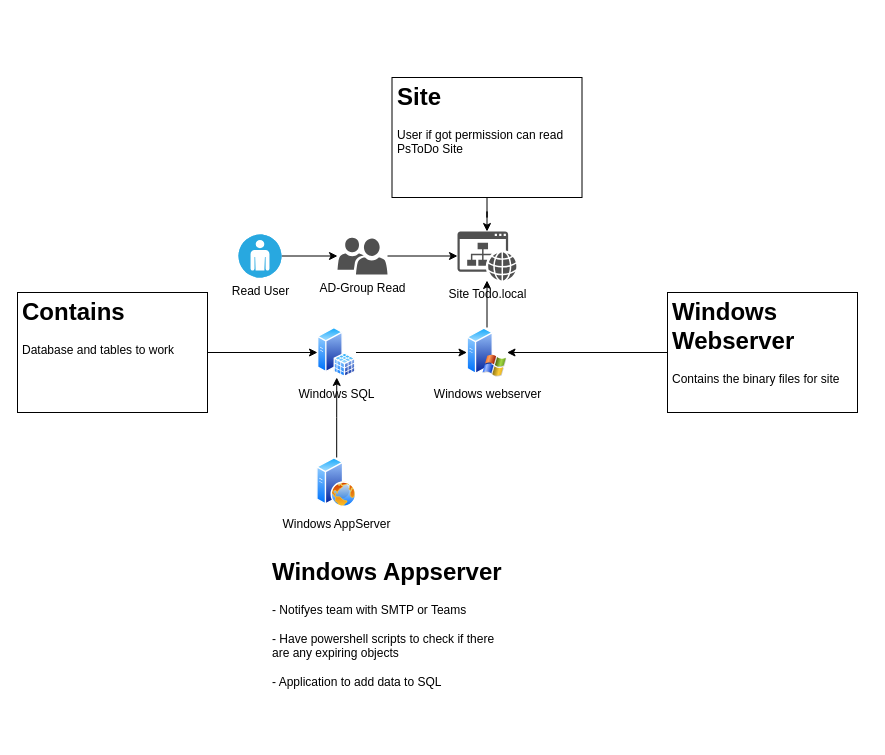
Before: Design.drawio in fardinbarashi/PsTo-do, a draw.io diagram. Source tidied: cells renumbered, new cells numbered last; positions are measured from the earlier drawing's top-left corner, leaving out a move shared by most shapes. Both pictures are drawn from the tidied source at 100%, with x=0, y=0 at pixel (17, 77).
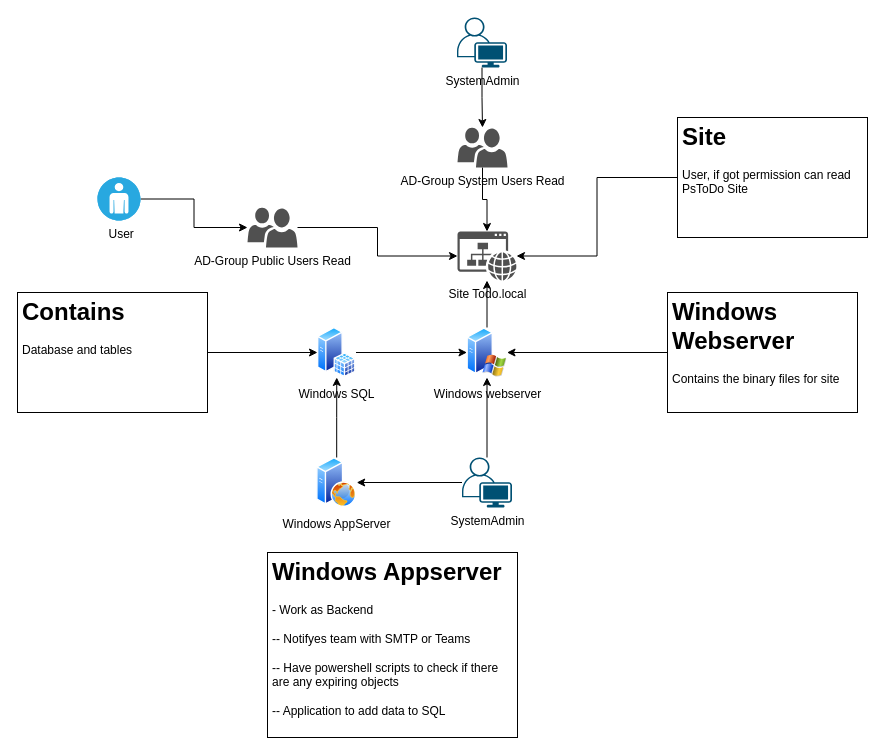
The same diagram, later.

Unchanged cells that the change refers to:
```xml
<mxCell id="2" value="Site Todo.local" style="sketch=0;shadow=0;dashed=0;html=1;strokeColor=none;fillColor=#505050;labelPosition=center;verticalLabelPosition=bottom;verticalAlign=top;outlineConnect=0;align=center;shape=mxgraph.office.concepts.website;" parent="1" vertex="1">
  <mxGeometry x="440" y="154" width="59" height="49" as="geometry" />
</mxCell>
<mxCell id="10" value="Windows webserver" style="perimeter=ellipsePerimeter;html=1;align=center;shadow=0;dashed=0;spacingTop=3;image;image=img/lib/active_directory/windows_server_2.svg;strokeColor=default;" parent="1" vertex="1">
  <mxGeometry x="449.5" y="250" width="40" height="50" as="geometry" />
</mxCell>
<mxCell id="18" value="Windows AppServer" style="perimeter=ellipsePerimeter;html=1;align=center;shadow=0;dashed=0;spacingTop=3;image;image=img/lib/active_directory/web_server.svg;strokeColor=default;" parent="1" vertex="1">
  <mxGeometry x="299.2" y="380" width="40" height="50" as="geometry" />
</mxCell>
```

What changed in the source:
```diff
@@
-    <mxCell id="4" value="AD-Group Read" style="sketch=0;shadow=0;dashed=0;html=1;strokeColor=none;labelPosition=center;verticalLabelPosition=bottom;verticalAlign=top;align=center;fillColor=#505050;shape=mxgraph.mscae.intune.user_group;" parent="1" vertex="1">
-      <mxGeometry x="320" y="160" width="50" height="37" as="geometry" />
+    <mxCell id="4" value="AD-Group Public Users Read" style="sketch=0;shadow=0;dashed=0;html=1;strokeColor=none;labelPosition=center;verticalLabelPosition=bottom;verticalAlign=top;align=center;fillColor=#505050;shape=mxgraph.mscae.intune.user_group;" parent="1" vertex="1">
+      <mxGeometry x="230" y="130" width="50" height="40" as="geometry" />
     </mxCell>
@@
-    <mxCell id="6" value="Read User" style="fillColor=#28A8E0;verticalLabelPosition=bottom;sketch=0;html=1;strokeColor=#ffffff;verticalAlign=top;align=center;points=[[0.145,0.145,0],[0.5,0,0],[0.855,0.145,0],[1,0.5,0],[0.855,0.855,0],[0.5,1,0],[0.145,0.855,0],[0,0.5,0]];shape=mxgraph.cisco_safe.compositeIcon;bgIcon=ellipse;resIcon=mxgraph.cisco_safe.capability.user;" parent="1" vertex="1">
-      <mxGeometry x="221" y="157" width="43" height="43" as="geometry" />
+    <mxCell id="6" value="&amp;nbsp;User" style="fillColor=#28A8E0;verticalLabelPosition=bottom;sketch=0;html=1;strokeColor=#ffffff;verticalAlign=top;align=center;points=[[0.145,0.145,0],[0.5,0,0],[0.855,0.145,0],[1,0.5,0],[0.855,0.855,0],[0.5,1,0],[0.145,0.855,0],[0,0.5,0]];shape=mxgraph.cisco_safe.compositeIcon;bgIcon=ellipse;resIcon=mxgraph.cisco_safe.capability.user;" parent="1" vertex="1">
+      <mxGeometry x="80" y="100" width="43" height="43" as="geometry" />
     </mxCell>
@@
-    <mxCell id="8" value="&lt;h1&gt;Site&lt;/h1&gt;&lt;p&gt;User if got permission can read PsToDo Site&lt;br&gt;&lt;/p&gt;" style="text;html=1;strokeColor=default;fillColor=none;spacing=5;spacingTop=-20;whiteSpace=wrap;overflow=hidden;rounded=0;" parent="1" vertex="1">
-      <mxGeometry x="374.5" width="190" height="120" as="geometry" />
+    <mxCell id="8" value="&lt;h1&gt;Site&lt;/h1&gt;&lt;p&gt;User, if got permission can read PsToDo Site&lt;br&gt;&lt;/p&gt;" style="text;html=1;strokeColor=default;fillColor=none;spacing=5;spacingTop=-20;whiteSpace=wrap;overflow=hidden;rounded=0;" parent="1" vertex="1">
+      <mxGeometry x="660" y="40" width="190" height="120" as="geometry" />
     </mxCell>
@@
-    <mxCell id="16" value="&lt;h1&gt;Contains&lt;/h1&gt;&lt;div&gt;Database and tables to work&lt;br&gt;&lt;/div&gt;" style="text;html=1;strokeColor=default;fillColor=none;spacing=5;spacingTop=-20;whiteSpace=wrap;overflow=hidden;rounded=0;" parent="1" vertex="1">
+    <mxCell id="16" value="&lt;h1&gt;Contains&lt;/h1&gt;&lt;div&gt;Database and tables&lt;br&gt;&lt;/div&gt;" style="text;html=1;strokeColor=default;fillColor=none;spacing=5;spacingTop=-20;whiteSpace=wrap;overflow=hidden;rounded=0;" parent="1" vertex="1">
       <mxGeometry y="215" width="190" height="120" as="geometry" />
     </mxCell>
@@
-    <mxCell id="19" value="&lt;h1&gt;Windows Appserver&lt;br&gt;&lt;/h1&gt;&lt;p&gt;- Notifyes team with SMTP or Teams&lt;br&gt;&lt;br&gt;- Have powershell scripts to check if there are any expiring objects&lt;br&gt;&lt;br&gt;- Application to add data to SQL &lt;br&gt;&lt;/p&gt;" style="text;html=1;strokeColor=none;fillColor=none;spacing=5;spacingTop=-20;whiteSpace=wrap;overflow=hidden;rounded=0;" parent="1" vertex="1">
+    <mxCell id="19" value="&lt;h1&gt;Windows Appserver&lt;br&gt;&lt;/h1&gt;&lt;p&gt;- Work as Backend&lt;br&gt;&lt;br&gt;-- Notifyes team with SMTP or Teams&lt;br&gt;&lt;br&gt;-- Have powershell scripts to check if there are any expiring objects&lt;br&gt;&lt;br&gt;-- Application to add data to SQL &lt;br&gt;&lt;/p&gt;" style="text;html=1;strokeColor=default;fillColor=none;spacing=5;spacingTop=-20;whiteSpace=wrap;overflow=hidden;rounded=0;" parent="1" vertex="1">
       <mxGeometry x="250" y="475" width="250" height="185" as="geometry" />
     </mxCell>
+    <mxCell id="20" style="edgeStyle=orthogonalEdgeStyle;rounded=0;jettySize=auto;html=1;" parent="1" edge="1" source="22" target="10">
+      <mxGeometry relative="1" as="geometry" />
+    </mxCell>
+    <mxCell id="21" style="edgeStyle=orthogonalEdgeStyle;rounded=0;jettySize=auto;html=1;" parent="1" edge="1" source="22" target="18">
+      <mxGeometry relative="1" as="geometry" />
+    </mxCell>
+    <mxCell id="22" value="SystemAdmin" style="points=[[0.35,0,0],[0.98,0.51,0],[1,0.71,0],[0.67,1,0],[0,0.795,0],[0,0.65,0]];verticalLabelPosition=bottom;sketch=0;html=1;verticalAlign=top;align=center;shape=mxgraph.cisco19.user;fillColor=#005073;strokeColor=none;" parent="1" vertex="1">
+      <mxGeometry x="444.5" y="380" width="50" height="50" as="geometry" />
+    </mxCell>
+    <mxCell id="23" style="edgeStyle=orthogonalEdgeStyle;rounded=0;jettySize=auto;html=1;" parent="1" edge="1" source="24" target="26">
+      <mxGeometry relative="1" as="geometry" />
+    </mxCell>
+    <mxCell id="24" value="SystemAdmin" style="points=[[0.35,0,0],[0.98,0.51,0],[1,0.71,0],[0.67,1,0],[0,0.795,0],[0,0.65,0]];verticalLabelPosition=bottom;sketch=0;html=1;verticalAlign=top;align=center;shape=mxgraph.cisco19.user;fillColor=#005073;strokeColor=none;" parent="1" vertex="1">
+      <mxGeometry x="439.5" y="-60" width="50" height="50" as="geometry" />
+    </mxCell>
+    <mxCell id="25" style="edgeStyle=orthogonalEdgeStyle;rounded=0;jettySize=auto;html=1;" parent="1" edge="1" source="26" target="2">
+      <mxGeometry relative="1" as="geometry" />
+    </mxCell>
+    <mxCell id="26" value="AD-Group System Users Read" style="sketch=0;shadow=0;dashed=0;html=1;strokeColor=none;labelPosition=center;verticalLabelPosition=bottom;verticalAlign=top;align=center;fillColor=#505050;shape=mxgraph.mscae.intune.user_group;" parent="1" vertex="1">
+      <mxGeometry x="440" y="50" width="50" height="40" as="geometry" />
+    </mxCell>
```
